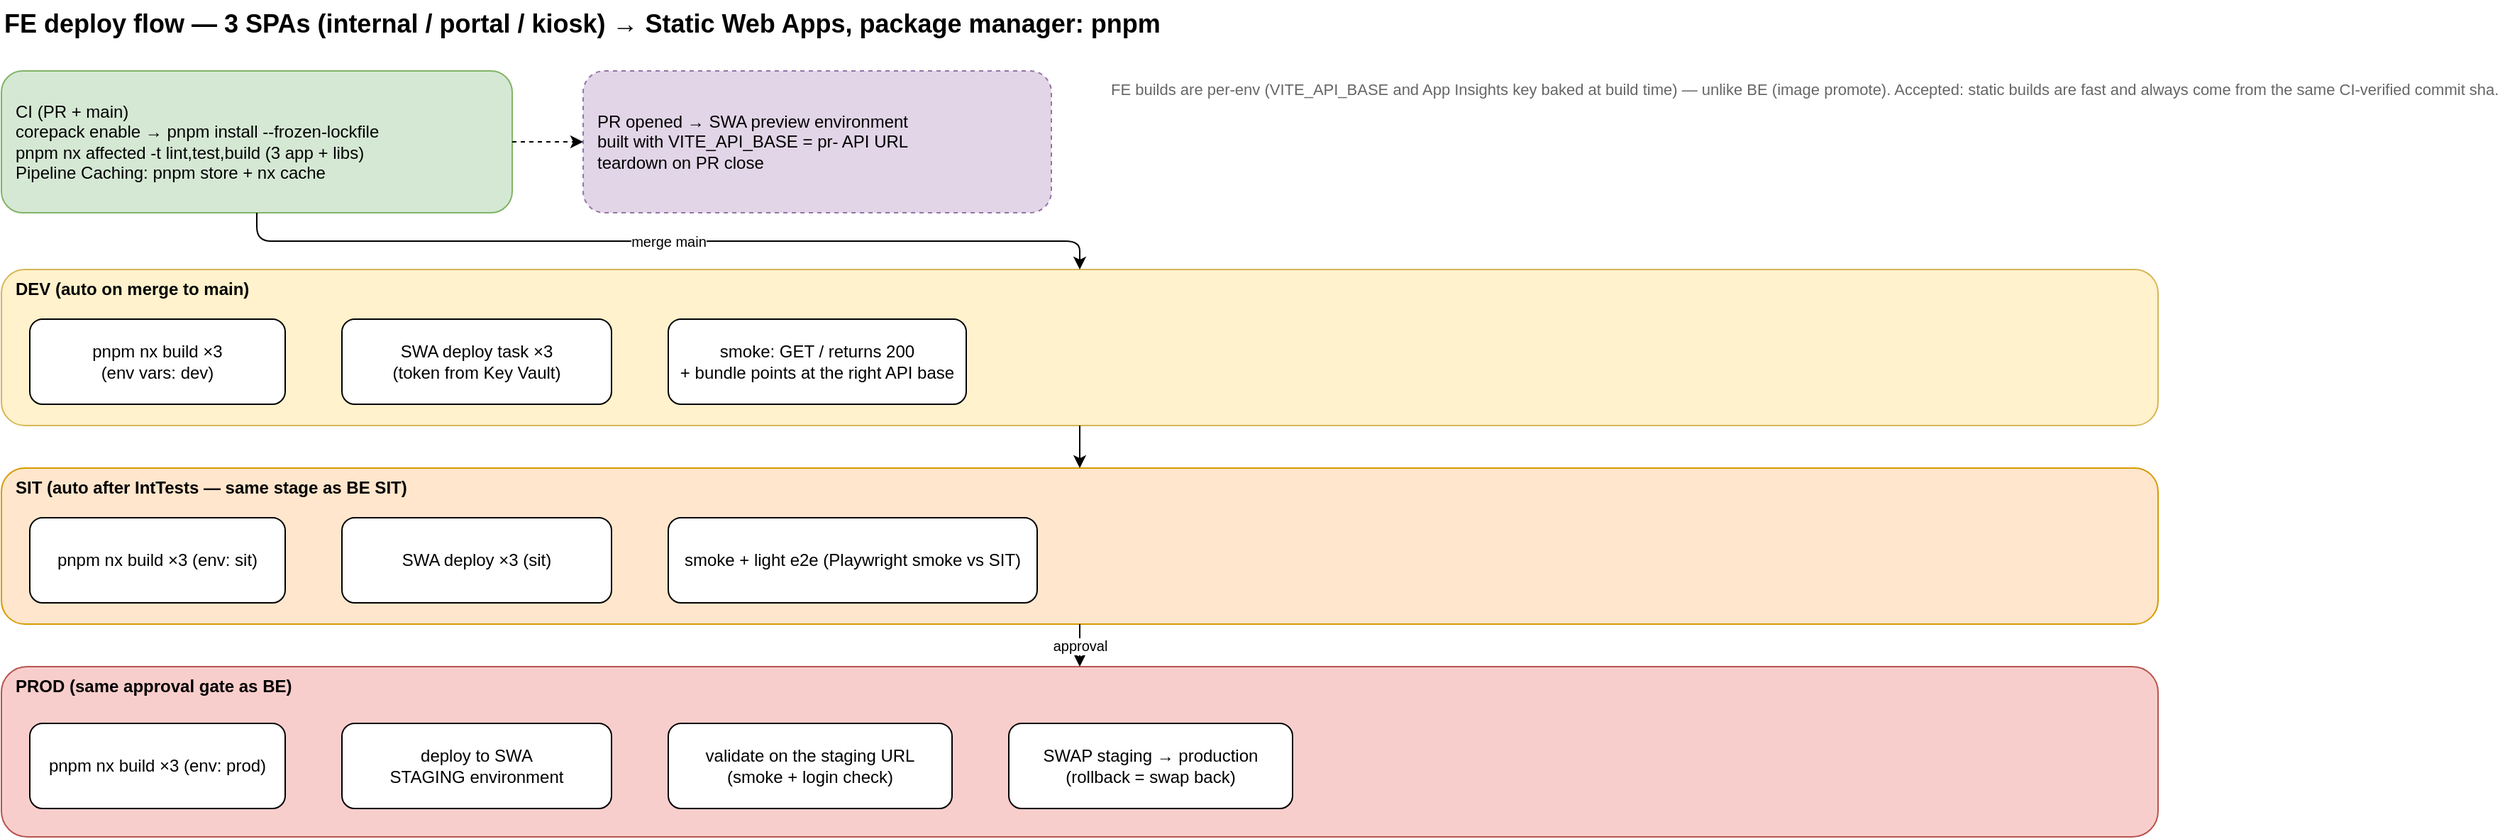
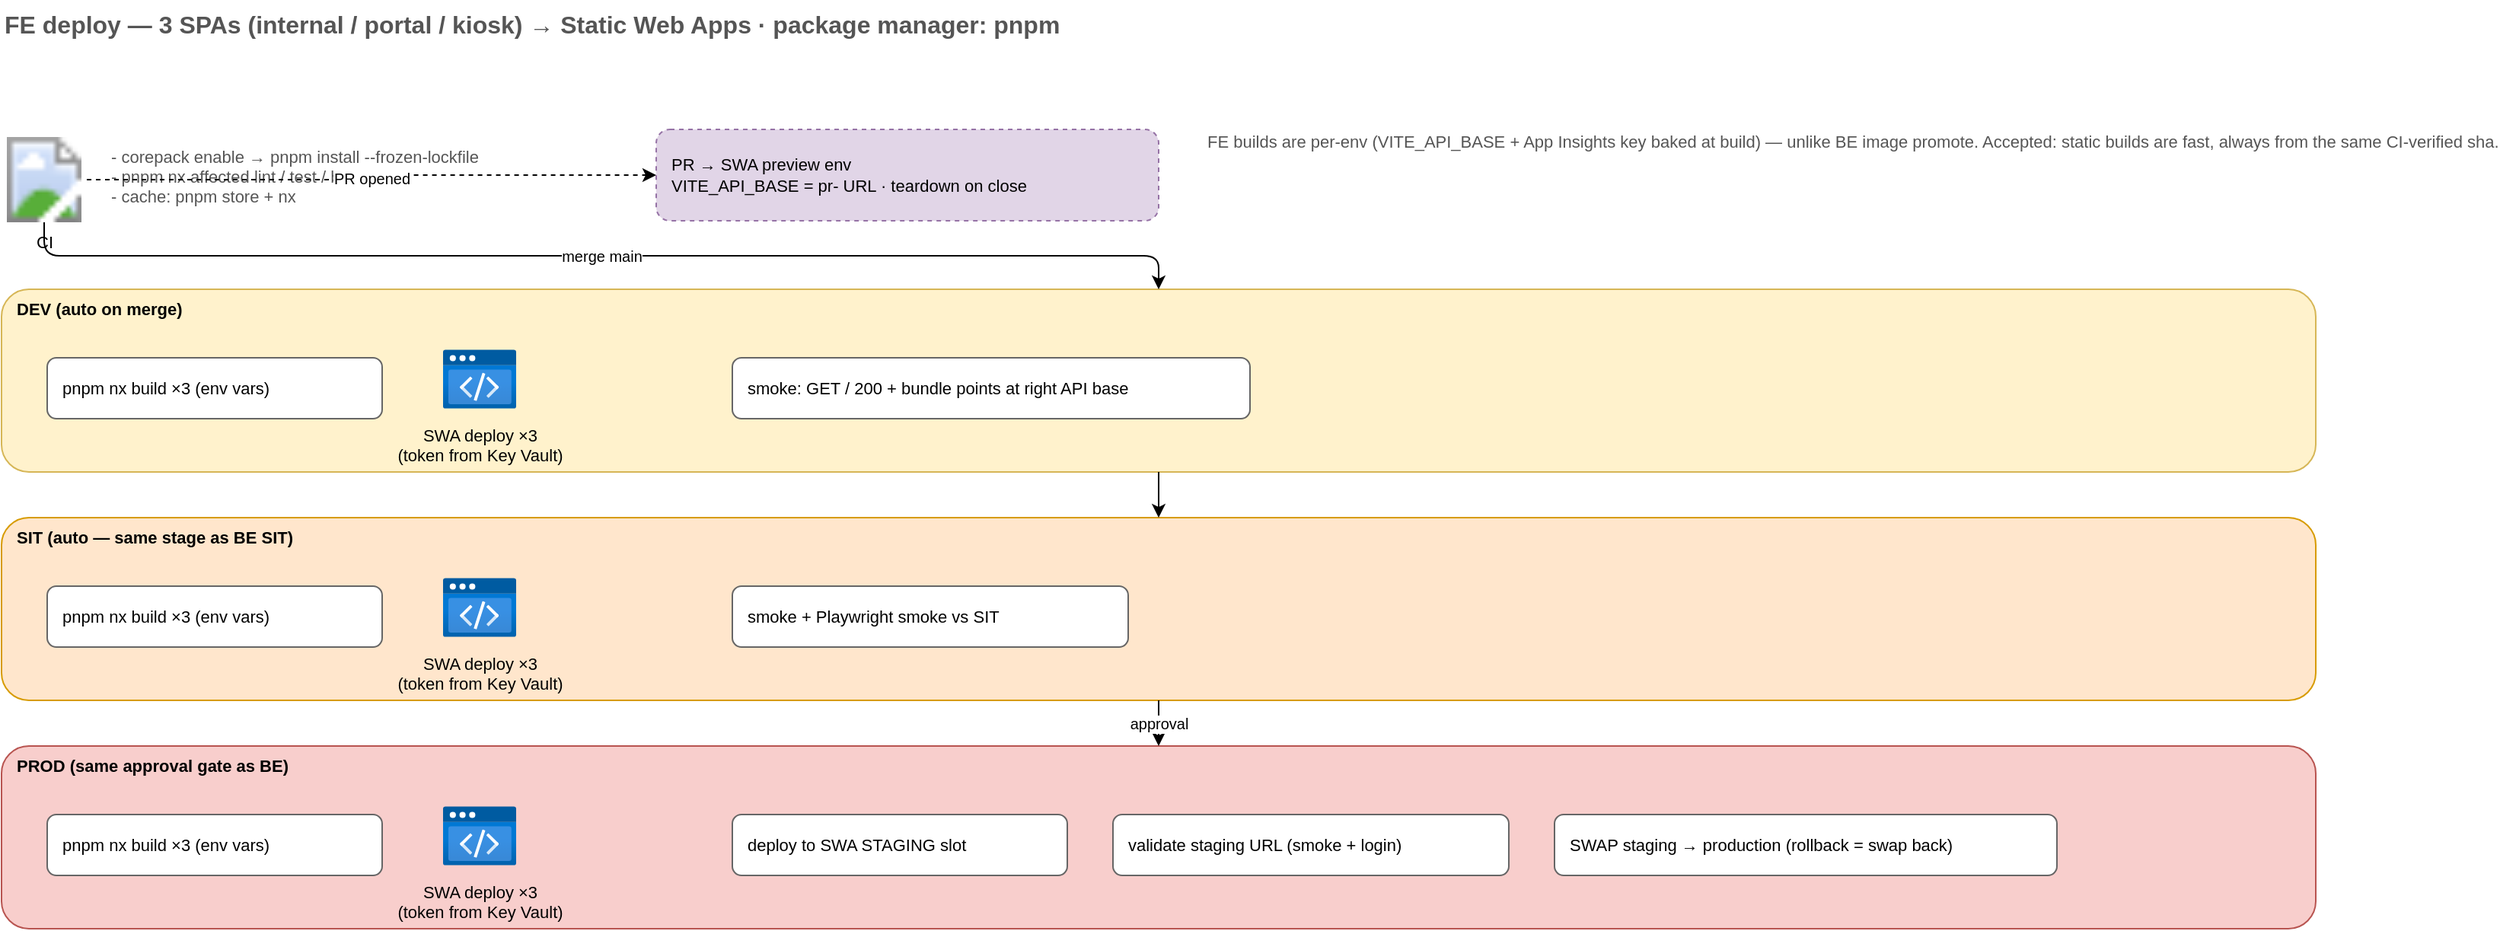
<mxfile host="app.diagrams.net" modified="2026-07-08T00:00:00.000Z" agent="helm-docs" version="24.0.0">
-   <diagram id="fe-deploy-flow" name="FE Deploy Flow (pnpm)">
-     <mxGraphModel dx="1400" dy="800" grid="1" gridSize="10" guides="1" tooltips="1" connect="1" arrows="1" fold="1" page="1" pageScale="1" pageWidth="1600" pageHeight="950" math="0" shadow="0">
+   <diagram id="fe-deploy-flow-(pnpm)" name="FE Deploy Flow (pnpm)">
+     <mxGraphModel dx="1400" dy="800" grid="1" gridSize="10" guides="1" tooltips="1" connect="1" arrows="1" fold="1" page="1" pageScale="1" pageWidth="1620" pageHeight="700" math="0" shadow="0">
      <root>
-         <mxCell id="0"/>
-         <mxCell id="1" parent="0"/>
-         <mxCell id="ft" value="FE deploy flow — 3 SPAs (internal / portal / kiosk) → Static Web Apps, package manager: pnpm" style="text;html=1;fontSize=18;fontStyle=1;align=left;" vertex="1" parent="1">
-           <mxGeometry x="40" y="20" width="1200" height="30" as="geometry"/>
-         </mxCell>
-         <mxCell id="fci" value="CI (PR + main)&#10;corepack enable → pnpm install --frozen-lockfile&#10;pnpm nx affected -t lint,test,build (3 app + libs)&#10;Pipeline Caching: pnpm store + nx cache" style="rounded=1;whiteSpace=wrap;html=1;fillColor=#d5e8d4;strokeColor=#82b366;align=left;spacingLeft=8;" vertex="1" parent="1">
-           <mxGeometry x="40" y="70" width="360" height="100" as="geometry"/>
-         </mxCell>
-         <mxCell id="fpr" value="PR opened → SWA preview environment&#10;built with VITE_API_BASE = pr-&lt;id&gt; API URL&#10;teardown on PR close" style="rounded=1;whiteSpace=wrap;html=1;fillColor=#e1d5e7;strokeColor=#9673a6;dashed=1;align=left;spacingLeft=8;" vertex="1" parent="1">
-           <mxGeometry x="450" y="70" width="330" height="100" as="geometry"/>
-         </mxCell>
-         <mxCell id="fnote" value="FE builds are per-env (VITE_API_BASE and App Insights key baked at build time) — unlike BE (image promote). Accepted: static builds are fast and always come from the same CI-verified commit sha." style="text;html=1;fontSize=11;fontColor=#666666;align=left;" vertex="1" parent="1">
-           <mxGeometry x="820" y="70" width="700" height="60" as="geometry"/>
-         </mxCell>
-         <mxCell id="flanedev" value="DEV (auto on merge to main)" style="rounded=1;whiteSpace=wrap;html=1;verticalAlign=top;fontStyle=1;fillColor=#fff2cc;strokeColor=#d6b656;align=left;spacingLeft=8;" vertex="1" parent="1">
-           <mxGeometry x="40" y="210" width="1520" height="110" as="geometry"/>
-         </mxCell>
-         <mxCell id="fd1" value="pnpm nx build ×3&#10;(env vars: dev)" style="rounded=1;whiteSpace=wrap;html=1;fillColor=#ffffff;" vertex="1" parent="flanedev">
-           <mxGeometry x="20" y="35" width="180" height="60" as="geometry"/>
-         </mxCell>
-         <mxCell id="fd2" value="SWA deploy task ×3&#10;(token from Key Vault)" style="rounded=1;whiteSpace=wrap;html=1;fillColor=#ffffff;" vertex="1" parent="flanedev">
-           <mxGeometry x="240" y="35" width="190" height="60" as="geometry"/>
-         </mxCell>
-         <mxCell id="fd3" value="smoke: GET / returns 200&#10;+ bundle points at the right API base" style="rounded=1;whiteSpace=wrap;html=1;fillColor=#ffffff;" vertex="1" parent="flanedev">
-           <mxGeometry x="470" y="35" width="210" height="60" as="geometry"/>
-         </mxCell>
-         <mxCell id="flanesit" value="SIT (auto after IntTests — same stage as BE SIT)" style="rounded=1;whiteSpace=wrap;html=1;verticalAlign=top;fontStyle=1;fillColor=#ffe6cc;strokeColor=#d79b00;align=left;spacingLeft=8;" vertex="1" parent="1">
-           <mxGeometry x="40" y="350" width="1520" height="110" as="geometry"/>
-         </mxCell>
-         <mxCell id="fs1" value="pnpm nx build ×3 (env: sit)" style="rounded=1;whiteSpace=wrap;html=1;fillColor=#ffffff;" vertex="1" parent="flanesit">
-           <mxGeometry x="20" y="35" width="180" height="60" as="geometry"/>
-         </mxCell>
-         <mxCell id="fs2" value="SWA deploy ×3 (sit)" style="rounded=1;whiteSpace=wrap;html=1;fillColor=#ffffff;" vertex="1" parent="flanesit">
-           <mxGeometry x="240" y="35" width="190" height="60" as="geometry"/>
-         </mxCell>
-         <mxCell id="fs3" value="smoke + light e2e (Playwright smoke vs SIT)" style="rounded=1;whiteSpace=wrap;html=1;fillColor=#ffffff;" vertex="1" parent="flanesit">
-           <mxGeometry x="470" y="35" width="260" height="60" as="geometry"/>
-         </mxCell>
-         <mxCell id="flaneprod" value="PROD (same approval gate as BE)" style="rounded=1;whiteSpace=wrap;html=1;verticalAlign=top;fontStyle=1;fillColor=#f8cecc;strokeColor=#b85450;align=left;spacingLeft=8;" vertex="1" parent="1">
-           <mxGeometry x="40" y="490" width="1520" height="120" as="geometry"/>
-         </mxCell>
-         <mxCell id="fp1" value="pnpm nx build ×3 (env: prod)" style="rounded=1;whiteSpace=wrap;html=1;fillColor=#ffffff;" vertex="1" parent="flaneprod">
-           <mxGeometry x="20" y="40" width="180" height="60" as="geometry"/>
-         </mxCell>
-         <mxCell id="fp2" value="deploy to SWA&#10;STAGING environment" style="rounded=1;whiteSpace=wrap;html=1;fillColor=#ffffff;" vertex="1" parent="flaneprod">
-           <mxGeometry x="240" y="40" width="190" height="60" as="geometry"/>
-         </mxCell>
-         <mxCell id="fp3" value="validate on the staging URL&#10;(smoke + login check)" style="rounded=1;whiteSpace=wrap;html=1;fillColor=#ffffff;" vertex="1" parent="flaneprod">
-           <mxGeometry x="470" y="40" width="200" height="60" as="geometry"/>
-         </mxCell>
-         <mxCell id="fp4" value="SWAP staging → production&#10;(rollback = swap back)" style="rounded=1;whiteSpace=wrap;html=1;fillColor=#ffffff;" vertex="1" parent="flaneprod">
-           <mxGeometry x="710" y="40" width="200" height="60" as="geometry"/>
-         </mxCell>
-         <mxCell id="fe1" style="edgeStyle=orthogonalEdgeStyle;rounded=1;html=1;dashed=1;" edge="1" parent="1" source="fci" target="fpr"><mxGeometry relative="1" as="geometry"/></mxCell>
-         <mxCell id="fe2" value="merge main" style="edgeStyle=orthogonalEdgeStyle;rounded=1;html=1;fontSize=10;" edge="1" parent="1" source="fci" target="flanedev"><mxGeometry relative="1" as="geometry"/></mxCell>
-         <mxCell id="fe3" style="edgeStyle=orthogonalEdgeStyle;rounded=1;html=1;" edge="1" parent="1" source="flanedev" target="flanesit"><mxGeometry relative="1" as="geometry"/></mxCell>
-         <mxCell id="fe4" value="approval" style="edgeStyle=orthogonalEdgeStyle;rounded=1;html=1;fontSize=10;" edge="1" parent="1" source="flanesit" target="flaneprod"><mxGeometry relative="1" as="geometry"/></mxCell>
+         <mxCell id="0" />
+         <mxCell id="1" parent="0" />
+         <mxCell id="n2" value="FE deploy — 3 SPAs (internal / portal / kiosk) → Static Web Apps · package manager: pnpm" style="text;html=1;fontSize=16;align=left;fontColor=#555555;fontStyle=1;" vertex="1" parent="1"><mxGeometry x="40" y="20" width="1000" height="30" as="geometry" /></mxCell>
+         <mxCell id="n3" value="CI" style="sketch=0;aspect=fixed;html=1;points=[];align=center;fontSize=11;image;image=img/lib/azure2/devops/Azure_Pipelines.svg;labelBackgroundColor=none;verticalLabelPosition=bottom;verticalAlign=top;" vertex="1" parent="1"><mxGeometry x="40" y="110" width="56" height="56" as="geometry" /></mxCell>
+         <mxCell id="n4" value="- corepack enable → pnpm install --frozen-lockfile&#10;- pnpm nx affected lint / test / build&#10;- cache: pnpm store + nx" style="text;html=1;fontSize=11;align=left;fontColor=#555555;" vertex="1" parent="1"><mxGeometry x="110" y="110" width="320" height="60" as="geometry" /></mxCell>
+         <mxCell id="n5" value="PR → SWA preview env&#10;VITE_API_BASE = pr-&lt;id&gt; URL · teardown on close" style="rounded=1;whiteSpace=wrap;html=1;align=left;spacingLeft=8;fontSize=11;fillColor=#e1d5e7;strokeColor=#9673a6;dashed=1;" vertex="1" parent="1"><mxGeometry x="470" y="105" width="330" height="60" as="geometry" /></mxCell>
+         <mxCell id="n6" value="FE builds are per-env (VITE_API_BASE + App Insights key baked at build) — unlike BE image promote. Accepted: static builds are fast, always from the same CI-verified sha." style="text;html=1;fontSize=11;align=left;fontColor=#555555;" vertex="1" parent="1"><mxGeometry x="830" y="100" width="700" height="60" as="geometry" /></mxCell>
+         <mxCell id="n7" value="DEV (auto on merge)" style="rounded=1;whiteSpace=wrap;html=1;align=left;spacingLeft=8;fontSize=11;fillColor=#fff2cc;strokeColor=#d6b656;fontStyle=1;verticalAlign=top;" vertex="1" parent="1"><mxGeometry x="40" y="210" width="1520" height="120" as="geometry" /></mxCell>
+         <mxCell id="n8" value="pnpm nx build ×3 (env vars)" style="rounded=1;whiteSpace=wrap;html=1;align=left;spacingLeft=8;fontSize=11;fillColor=#ffffff;strokeColor=#666666;" vertex="1" parent="n7"><mxGeometry x="30" y="45" width="220" height="40" as="geometry" /></mxCell>
+         <mxCell id="n9" value="SWA deploy ×3&#10;(token from Key Vault)" style="sketch=0;aspect=fixed;html=1;points=[];align=center;fontSize=11;image;image=img/lib/azure2/preview/Static_Apps.svg;labelBackgroundColor=none;verticalLabelPosition=bottom;verticalAlign=top;" vertex="1" parent="n7"><mxGeometry x="290" y="35" width="48" height="48" as="geometry" /></mxCell>
+         <mxCell id="n10" value="SIT (auto — same stage as BE SIT)" style="rounded=1;whiteSpace=wrap;html=1;align=left;spacingLeft=8;fontSize=11;fillColor=#ffe6cc;strokeColor=#d79b00;fontStyle=1;verticalAlign=top;" vertex="1" parent="1"><mxGeometry x="40" y="360" width="1520" height="120" as="geometry" /></mxCell>
+         <mxCell id="n11" value="pnpm nx build ×3 (env vars)" style="rounded=1;whiteSpace=wrap;html=1;align=left;spacingLeft=8;fontSize=11;fillColor=#ffffff;strokeColor=#666666;" vertex="1" parent="n10"><mxGeometry x="30" y="45" width="220" height="40" as="geometry" /></mxCell>
+         <mxCell id="n12" value="SWA deploy ×3&#10;(token from Key Vault)" style="sketch=0;aspect=fixed;html=1;points=[];align=center;fontSize=11;image;image=img/lib/azure2/preview/Static_Apps.svg;labelBackgroundColor=none;verticalLabelPosition=bottom;verticalAlign=top;" vertex="1" parent="n10"><mxGeometry x="290" y="35" width="48" height="48" as="geometry" /></mxCell>
+         <mxCell id="n13" value="PROD (same approval gate as BE)" style="rounded=1;whiteSpace=wrap;html=1;align=left;spacingLeft=8;fontSize=11;fillColor=#f8cecc;strokeColor=#b85450;fontStyle=1;verticalAlign=top;" vertex="1" parent="1"><mxGeometry x="40" y="510" width="1520" height="120" as="geometry" /></mxCell>
+         <mxCell id="n14" value="pnpm nx build ×3 (env vars)" style="rounded=1;whiteSpace=wrap;html=1;align=left;spacingLeft=8;fontSize=11;fillColor=#ffffff;strokeColor=#666666;" vertex="1" parent="n13"><mxGeometry x="30" y="45" width="220" height="40" as="geometry" /></mxCell>
+         <mxCell id="n15" value="SWA deploy ×3&#10;(token from Key Vault)" style="sketch=0;aspect=fixed;html=1;points=[];align=center;fontSize=11;image;image=img/lib/azure2/preview/Static_Apps.svg;labelBackgroundColor=none;verticalLabelPosition=bottom;verticalAlign=top;" vertex="1" parent="n13"><mxGeometry x="290" y="35" width="48" height="48" as="geometry" /></mxCell>
+         <mxCell id="n16" value="smoke: GET / 200 + bundle points at right API base" style="rounded=1;whiteSpace=wrap;html=1;align=left;spacingLeft=8;fontSize=11;fillColor=#ffffff;strokeColor=#666666;" vertex="1" parent="n7"><mxGeometry x="480" y="45" width="340" height="40" as="geometry" /></mxCell>
+         <mxCell id="n17" value="smoke + Playwright smoke vs SIT" style="rounded=1;whiteSpace=wrap;html=1;align=left;spacingLeft=8;fontSize=11;fillColor=#ffffff;strokeColor=#666666;" vertex="1" parent="n10"><mxGeometry x="480" y="45" width="260" height="40" as="geometry" /></mxCell>
+         <mxCell id="n18" value="deploy to SWA STAGING slot" style="rounded=1;whiteSpace=wrap;html=1;align=left;spacingLeft=8;fontSize=11;fillColor=#ffffff;strokeColor=#666666;" vertex="1" parent="n13"><mxGeometry x="480" y="45" width="220" height="40" as="geometry" /></mxCell>
+         <mxCell id="n19" value="validate staging URL (smoke + login)" style="rounded=1;whiteSpace=wrap;html=1;align=left;spacingLeft=8;fontSize=11;fillColor=#ffffff;strokeColor=#666666;" vertex="1" parent="n13"><mxGeometry x="730" y="45" width="260" height="40" as="geometry" /></mxCell>
+         <mxCell id="n20" value="SWAP staging → production (rollback = swap back)" style="rounded=1;whiteSpace=wrap;html=1;align=left;spacingLeft=8;fontSize=11;fillColor=#ffffff;strokeColor=#666666;" vertex="1" parent="n13"><mxGeometry x="1020" y="45" width="330" height="40" as="geometry" /></mxCell>
+         <mxCell id="n21" value="PR opened" style="edgeStyle=orthogonalEdgeStyle;rounded=1;html=1;fontSize=10;dashed=1;" edge="1" parent="1" source="n3" target="n5"><mxGeometry relative="1" as="geometry" /></mxCell>
+         <mxCell id="n22" value="merge main" style="edgeStyle=orthogonalEdgeStyle;rounded=1;html=1;fontSize=10;" edge="1" parent="1" source="n3" target="n7"><mxGeometry relative="1" as="geometry" /></mxCell>
+         <mxCell id="n23" value="" style="edgeStyle=orthogonalEdgeStyle;rounded=1;html=1;fontSize=10;" edge="1" parent="1" source="n7" target="n10"><mxGeometry relative="1" as="geometry" /></mxCell>
+         <mxCell id="n24" value="approval" style="edgeStyle=orthogonalEdgeStyle;rounded=1;html=1;fontSize=10;" edge="1" parent="1" source="n10" target="n13"><mxGeometry relative="1" as="geometry" /></mxCell>
      </root>
    </mxGraphModel>
  </diagram>
</mxfile>
